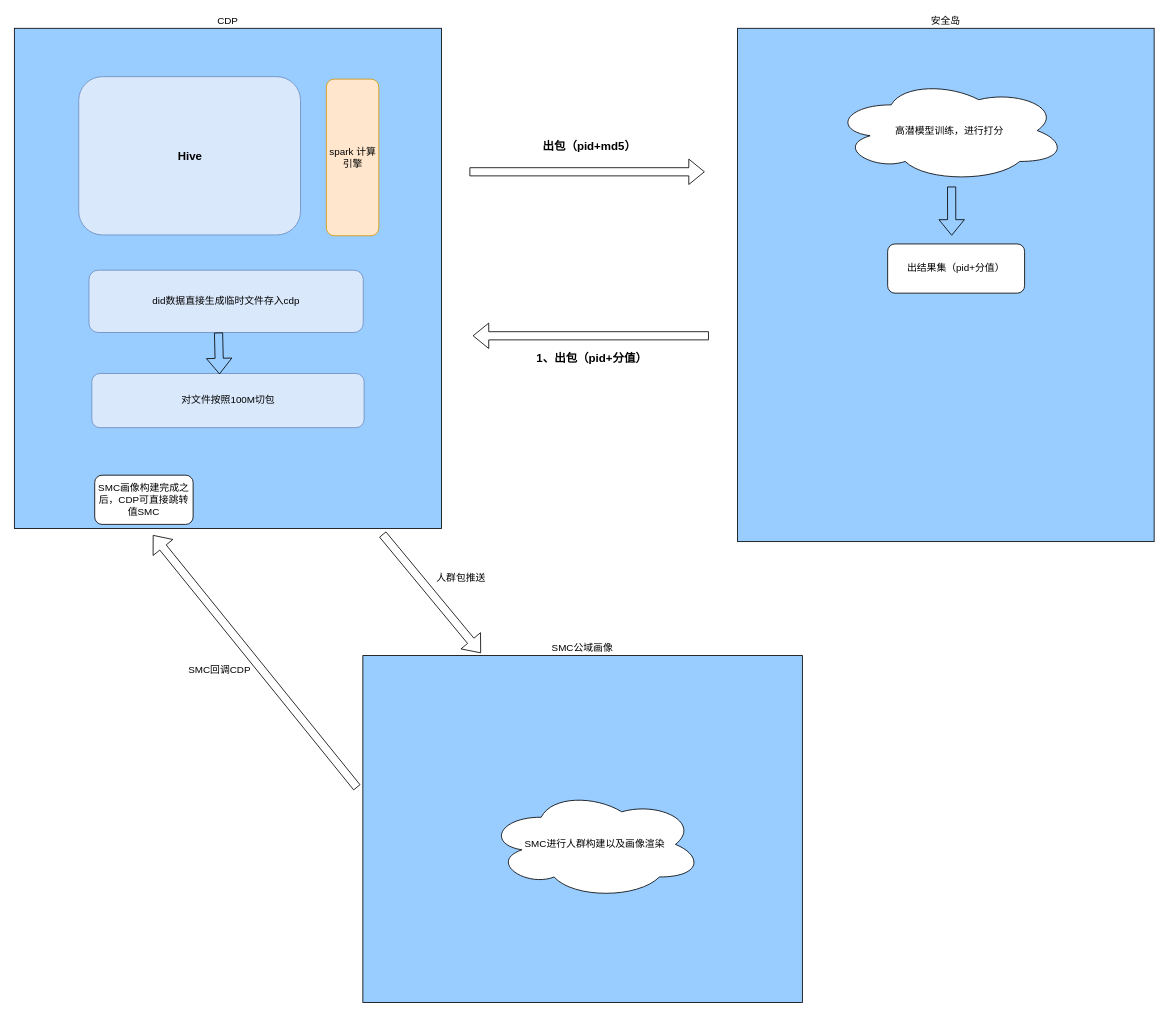
Above: source/安全岛模型.drawio in DThadch/draw (draw.io), before the change. Source tidied: cells renumbered, new cells numbered last; positions are measured from the earlier drawing's top-left corner, leaving out a move shared by most shapes. Both pictures are drawn from the tidied source at 82%, with x=0, y=0 at pixel (14, 28).
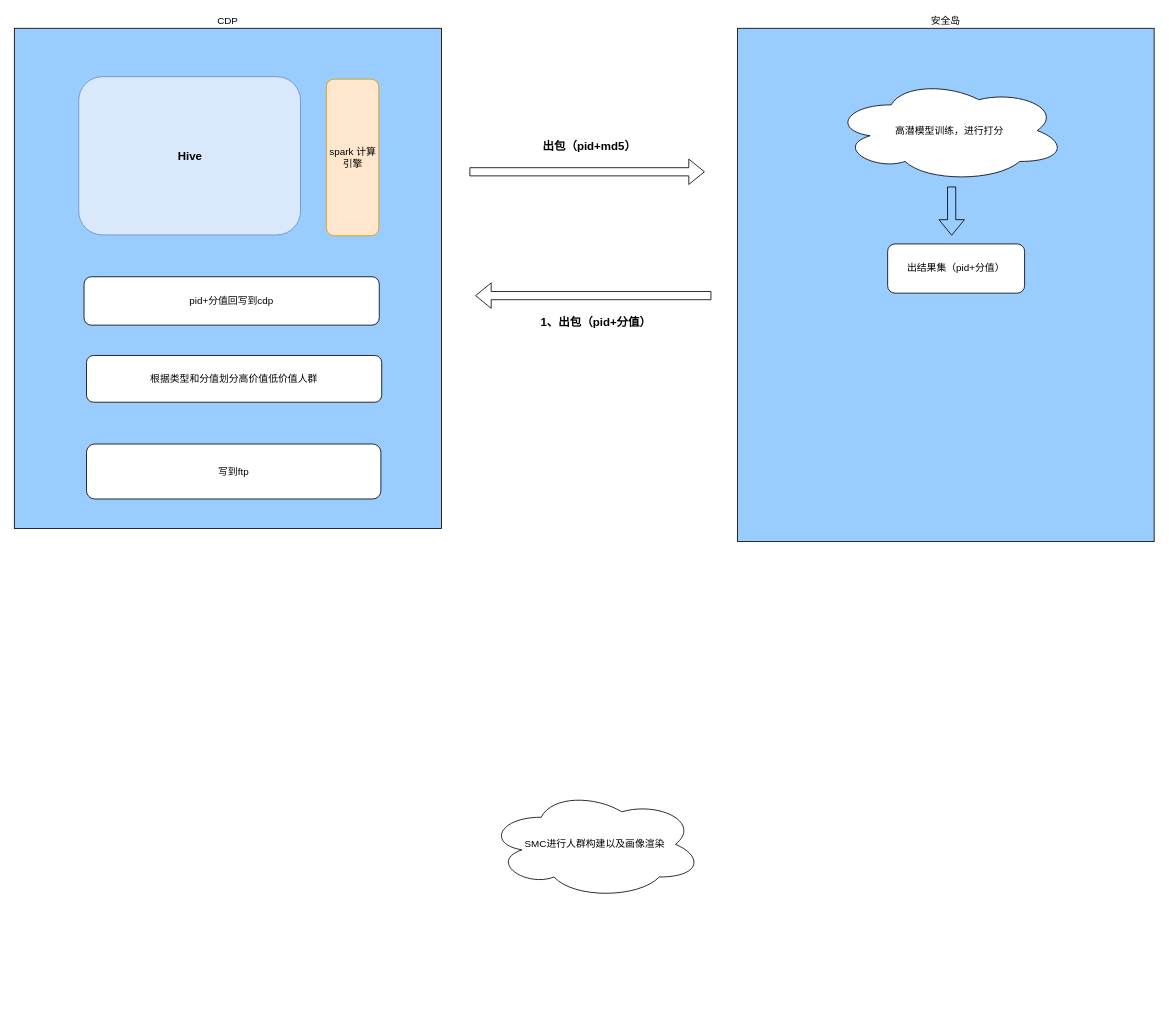
The same diagram, later.

Commit message (it also covers changes not shown here):
更新安全岛模型.drawio

The edit, as a diff of the source:
```diff
@@
     <mxCell id="8" style="shape=flexArrow;endArrow=classic;html=1;rounded=0;" parent="1" edge="1">
       <mxGeometry relative="1" as="geometry">
-        <mxPoint x="847" y="375" as="sourcePoint" />
-        <mxPoint x="559" y="375" as="targetPoint" />
+        <mxPoint x="850" y="326" as="sourcePoint" />
+        <mxPoint x="562" y="326" as="targetPoint" />
       </mxGeometry>
     </mxCell>
     <mxCell id="9" value="1、出包（pid+分值）" style="text;html=1;strokeColor=none;fillColor=none;align=center;verticalAlign=middle;whiteSpace=wrap;rounded=0;fontStyle=1;fontSize=14;" parent="1" vertex="1">
-      <mxGeometry x="633" y="389" width="143" height="28" as="geometry" />
+      <mxGeometry x="638" y="344" width="143" height="28" as="geometry" />
     </mxCell>
-    <mxCell id="10" value="SMC公域画像" style="rounded=0;whiteSpace=wrap;html=1;labelPosition=center;verticalLabelPosition=top;align=center;verticalAlign=bottom;fillColor=#99CCFF;" parent="1" vertex="1">
-      <mxGeometry x="425" y="765" width="536" height="423" as="geometry" />
-    </mxCell>
-    <mxCell id="11" value="did数据直接生成临时文件存入cdp" style="rounded=1;whiteSpace=wrap;html=1;fillColor=#dae8fc;strokeColor=#6c8ebf;" parent="1" vertex="1">
-      <mxGeometry x="91" y="295" width="334.5" height="76" as="geometry" />
-    </mxCell>
-    <mxCell id="12" value="对文件按照100M切包" style="rounded=1;whiteSpace=wrap;html=1;fillColor=#dae8fc;strokeColor=#6c8ebf;" parent="1" vertex="1">
-      <mxGeometry x="94.5" y="421" width="332" height="66" as="geometry" />
-    </mxCell>
-    <mxCell id="13" style="shape=flexArrow;endArrow=classic;html=1;rounded=0;" parent="1" edge="1">
-      <mxGeometry relative="1" as="geometry">
-        <mxPoint x="449" y="617" as="sourcePoint" />
-        <mxPoint x="569" y="762" as="targetPoint" />
-      </mxGeometry>
-    </mxCell>
-    <mxCell id="14" style="shape=flexArrow;endArrow=classic;html=1;rounded=0;" parent="1" edge="1">
-      <mxGeometry relative="1" as="geometry">
-        <mxPoint x="418" y="926" as="sourcePoint" />
-        <mxPoint x="169" y="618" as="targetPoint" />
-      </mxGeometry>
-    </mxCell>
@@
-    <mxCell id="16" value="SMC回调CDP" style="text;html=1;strokeColor=none;fillColor=none;align=center;verticalAlign=middle;whiteSpace=wrap;rounded=0;" parent="1" vertex="1">
-      <mxGeometry x="193" y="765" width="115" height="36" as="geometry" />
-    </mxCell>
-    <mxCell id="17" value="人群包推送" style="text;html=1;strokeColor=none;fillColor=none;align=center;verticalAlign=middle;whiteSpace=wrap;rounded=0;" parent="1" vertex="1">
-      <mxGeometry x="495" y="656" width="100" height="30" as="geometry" />
-    </mxCell>
-    <mxCell id="18" value="SMC画像构建完成之后，CDP可直接跳转值SMC" style="rounded=1;whiteSpace=wrap;html=1;" parent="1" vertex="1">
-      <mxGeometry x="98" y="545" width="120" height="60" as="geometry" />
-    </mxCell>
-    <mxCell id="19" style="shape=flexArrow;endArrow=classic;html=1;rounded=0;entryX=0.469;entryY=0.015;entryDx=0;entryDy=0;entryPerimeter=0;" parent="1" edge="1" target="12">
-      <mxGeometry relative="1" as="geometry">
-        <mxPoint x="249" y="371" as="sourcePoint" />
-      </mxGeometry>
-    </mxCell>
@@
+    <mxCell id="23" value="pid+分值回写到cdp" style="rounded=1;whiteSpace=wrap;html=1;" parent="1" vertex="1">
+      <mxGeometry x="85" y="303" width="360" height="59" as="geometry" />
+    </mxCell>
+    <mxCell id="24" value="根据类型和分值划分高价值低价值人群" style="rounded=1;whiteSpace=wrap;html=1;" parent="1" vertex="1">
+      <mxGeometry x="88" y="399" width="360" height="57" as="geometry" />
+    </mxCell>
+    <mxCell id="25" value="写到ftp" style="rounded=1;whiteSpace=wrap;html=1;" parent="1" vertex="1">
+      <mxGeometry x="88" y="507" width="359" height="67" as="geometry" />
+    </mxCell>
```
